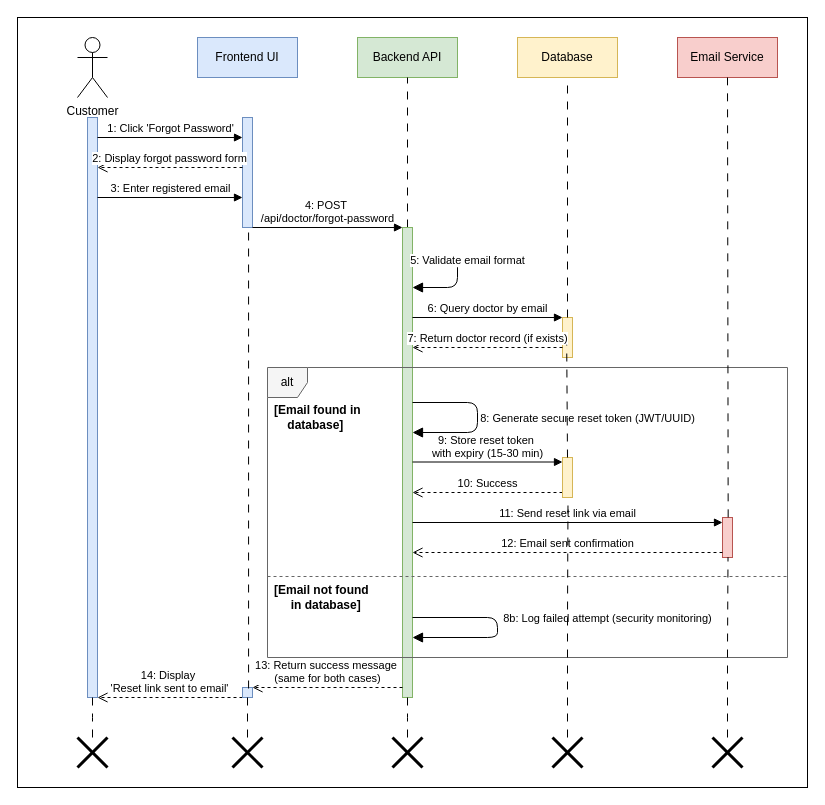
This is InProgress/Sequence Diagram/Admin/forgot password/Forgot-Password-Diagram.drawio from shah541-g/Fyp-Diagrams, a draw.io file, before an edit. Source tidied: cells renumbered, new cells numbered last; positions are measured from the earlier drawing's top-left corner, leaving out a move shared by most shapes. Both pictures are drawn from the tidied source at 100%, with x=0, y=0 at pixel (17, 17).
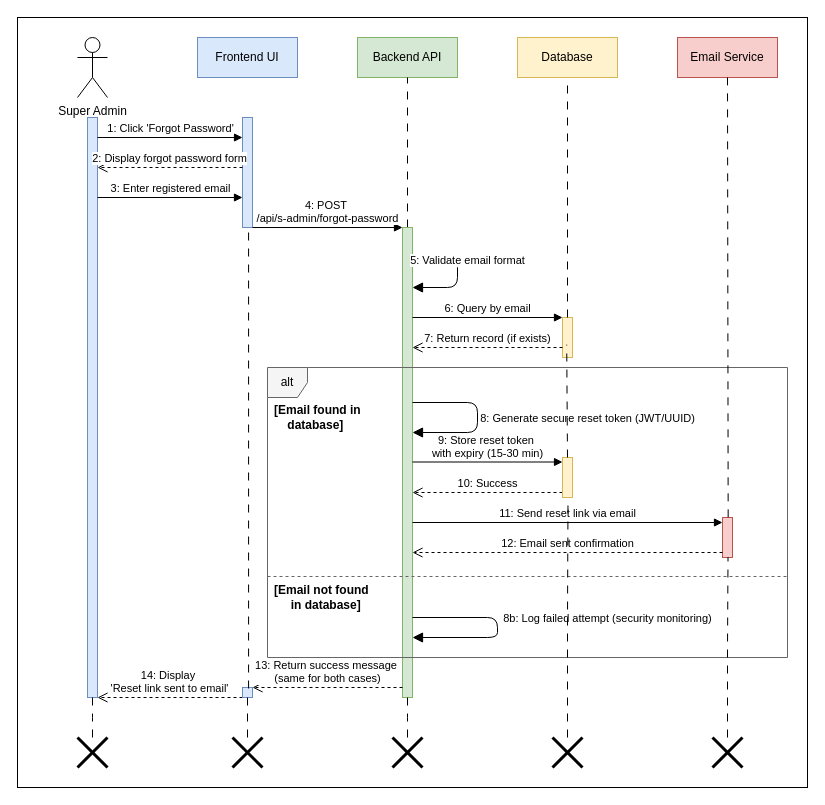
The same page after the edit.

The edit, as a diff of the source:
```diff
@@
-    <mxCell id="3" value="Customer" style="shape=umlActor;verticalLabelPosition=bottom;verticalAlign=top;html=1;" parent="1" vertex="1">
+    <mxCell id="3" value="Super Admin" style="shape=umlActor;verticalLabelPosition=bottom;verticalAlign=top;html=1;" parent="1" vertex="1">
       <mxGeometry x="60" y="20" width="30" height="60" as="geometry" />
     </mxCell>
@@
-    <mxCell id="17" value="4: POST&amp;nbsp;&lt;div&gt;/api/doctor/forgot-password&lt;/div&gt;" style="html=1;verticalAlign=bottom;endArrow=block;" parent="1" edge="1">
+    <mxCell id="17" value="4: POST&amp;nbsp;&lt;div&gt;/api/s-admin/forgot-password&lt;/div&gt;" style="html=1;verticalAlign=bottom;endArrow=block;" parent="1" edge="1">
       <mxGeometry relative="1" as="geometry">
         <mxPoint x="235" y="210" as="sourcePoint" />
         <mxPoint x="385" y="210" as="targetPoint" />
       </mxGeometry>
     </mxCell>
@@
-    <mxCell id="19" value="6: Query doctor by email" style="html=1;verticalAlign=bottom;endArrow=block;" parent="1" edge="1">
+    <mxCell id="19" value="6: Query by email" style="html=1;verticalAlign=bottom;endArrow=block;" parent="1" edge="1">
       <mxGeometry relative="1" as="geometry">
         <mxPoint x="395" y="300" as="sourcePoint" />
         <mxPoint x="545" y="300" as="targetPoint" />
       </mxGeometry>
     </mxCell>
-    <mxCell id="20" value="7: Return doctor record (if exists)" style="html=1;verticalAlign=bottom;endArrow=open;dashed=1;endSize=8;" parent="1" edge="1">
+    <mxCell id="20" value="7: Return record (if exists)" style="html=1;verticalAlign=bottom;endArrow=open;dashed=1;endSize=8;" parent="1" edge="1">
       <mxGeometry relative="1" as="geometry">
         <mxPoint x="545" y="330" as="sourcePoint" />
         <mxPoint x="395" y="330" as="targetPoint" />
       </mxGeometry>
     </mxCell>
```
